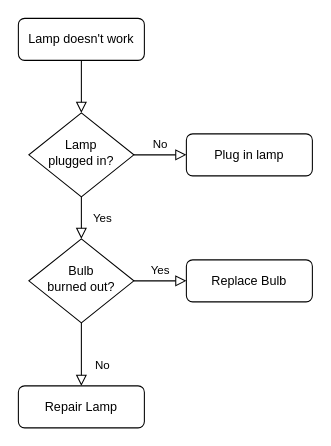
This is 未命名绘图.drawio from Jiiiin/Blog, a draw.io file, before an edit. Source tidied: cells renumbered, new cells numbered last; positions are measured from the earlier drawing's top-left corner, leaving out a move shared by most shapes. Both pictures are drawn from the tidied source at 105%, with x=0, y=0 at pixel (18, 18).
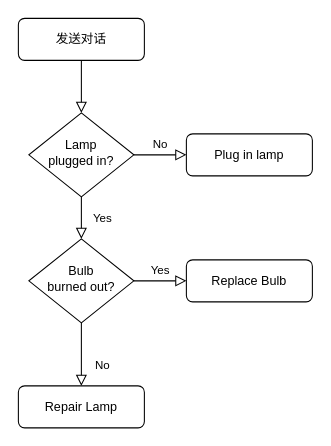
Above is the later version.

The edit, as a diff of the source:
```diff
@@
 <mxGraphModel>
   <root>
     <mxCell id="0" />
     <mxCell id="1" parent="0" />
     <mxCell id="2" style="rounded=0;html=1;jettySize=auto;fontSize=11;endArrow=block;endFill=0;endSize=8;strokeWidth=1;shadow=0;labelBackgroundColor=none;edgeStyle=orthogonalEdgeStyle;" parent="1" edge="1" source="3" target="6">
       <mxGeometry relative="1" as="geometry" />
     </mxCell>
-    <mxCell id="3" value="Lamp doesn't work" style="rounded=1;whiteSpace=wrap;html=1;fontSize=12;glass=0;strokeWidth=1;shadow=0;" parent="1" vertex="1">
+    <mxCell id="3" value="发送对话" style="rounded=1;whiteSpace=wrap;html=1;fontSize=12;glass=0;strokeWidth=1;shadow=0;" parent="1" vertex="1">
       <mxGeometry width="120" height="40" as="geometry" />
     </mxCell>
     <mxCell id="4" value="Yes" style="rounded=0;html=1;jettySize=auto;fontSize=11;endArrow=block;endFill=0;endSize=8;strokeWidth=1;shadow=0;labelBackgroundColor=none;edgeStyle=orthogonalEdgeStyle;" parent="1" edge="1" source="6" target="10">
       <mxGeometry y="20" relative="1" as="geometry" />
     </mxCell>
     <mxCell id="5" value="No" style="edgeStyle=orthogonalEdgeStyle;rounded=0;html=1;jettySize=auto;fontSize=11;endArrow=block;endFill=0;endSize=8;strokeWidth=1;shadow=0;labelBackgroundColor=none;" parent="1" edge="1" source="6" target="7">
       <mxGeometry y="10" relative="1" as="geometry" />
     </mxCell>
     <mxCell id="6" value="Lamp&lt;br&gt;plugged in?" style="rhombus;whiteSpace=wrap;html=1;shadow=0;fontFamily=Helvetica;fontSize=12;align=center;strokeWidth=1;spacing=6;spacingTop=-4;" parent="1" vertex="1">
       <mxGeometry x="10" y="90" width="100" height="80" as="geometry" />
     </mxCell>
     <mxCell id="7" value="Plug in lamp" style="rounded=1;whiteSpace=wrap;html=1;fontSize=12;glass=0;strokeWidth=1;shadow=0;" parent="1" vertex="1">
       <mxGeometry x="160" y="110" width="120" height="40" as="geometry" />
     </mxCell>
     <mxCell id="8" value="No" style="rounded=0;html=1;jettySize=auto;fontSize=11;endArrow=block;endFill=0;endSize=8;strokeWidth=1;shadow=0;labelBackgroundColor=none;edgeStyle=orthogonalEdgeStyle;" parent="1" edge="1" source="10" target="11">
       <mxGeometry x="0.33" y="20" relative="1" as="geometry" />
     </mxCell>
     <mxCell id="9" value="Yes" style="edgeStyle=orthogonalEdgeStyle;rounded=0;html=1;jettySize=auto;fontSize=11;endArrow=block;endFill=0;endSize=8;strokeWidth=1;shadow=0;labelBackgroundColor=none;" parent="1" edge="1" source="10" target="12">
       <mxGeometry y="10" relative="1" as="geometry" />
     </mxCell>
     <mxCell id="10" value="Bulb&lt;br&gt;burned out?" style="rhombus;whiteSpace=wrap;html=1;shadow=0;fontFamily=Helvetica;fontSize=12;align=center;strokeWidth=1;spacing=6;spacingTop=-4;" parent="1" vertex="1">
       <mxGeometry x="10" y="210" width="100" height="80" as="geometry" />
     </mxCell>
     <mxCell id="11" value="Repair Lamp" style="rounded=1;whiteSpace=wrap;html=1;fontSize=12;glass=0;strokeWidth=1;shadow=0;" parent="1" vertex="1">
       <mxGeometry y="350" width="120" height="40" as="geometry" />
     </mxCell>
     <mxCell id="12" value="Replace Bulb" style="rounded=1;whiteSpace=wrap;html=1;fontSize=12;glass=0;strokeWidth=1;shadow=0;" parent="1" vertex="1">
       <mxGeometry x="160" y="230" width="120" height="40" as="geometry" />
     </mxCell>
   </root>
 </mxGraphModel>
```
